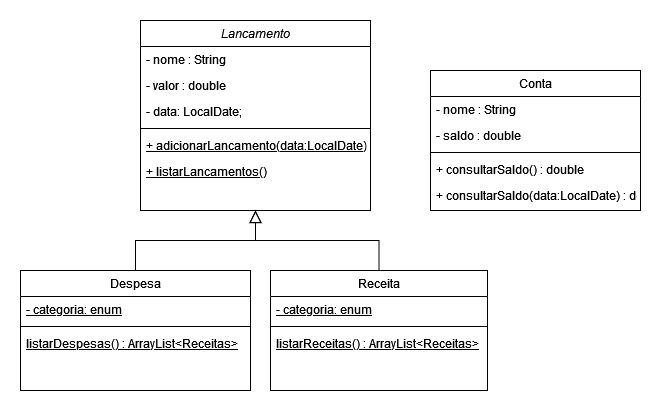
This is .github/diagramaDinDin.drawio.png from iaraoliveira/dindin, a draw.io export, as it was before one commit. Source tidied: cells renumbered, new cells last; positions are measured from the earlier drawing's top-left corner, leaving out a move shared by most shapes.
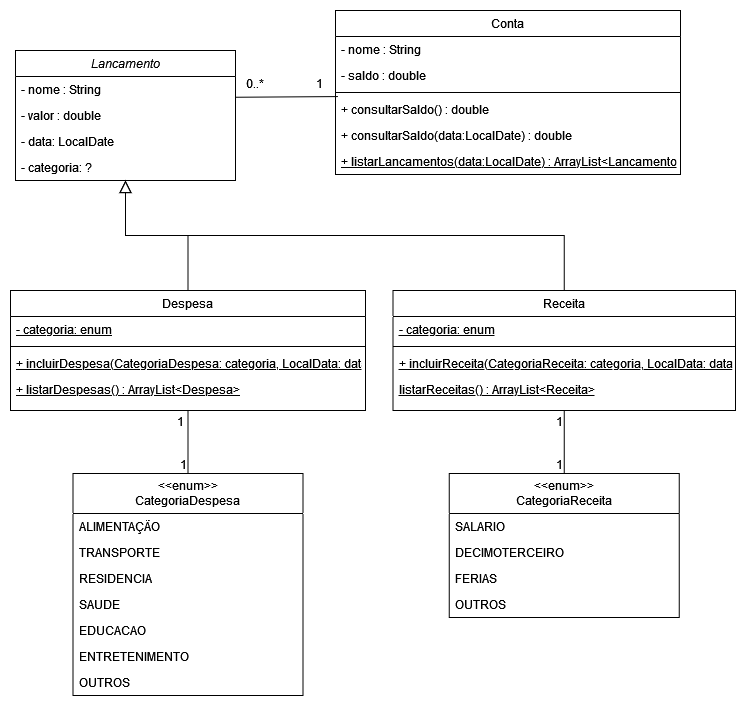
After the commit.

Diff of the diagram source:
```diff
@@ -3,73 +3,144 @@
     <mxCell id="0" />
     <mxCell id="1" parent="0" />
     <mxCell id="2" value="Lancamento" style="swimlane;fontStyle=2;align=center;verticalAlign=top;horizontal=1;startSize=26;rounded=0;shadow=0;strokeWidth=1;" parent="1" vertex="1">
-      <mxGeometry x="120" width="230" height="190" as="geometry" />
+      <mxGeometry x="-50" y="20" width="220" height="130" as="geometry" />
     </mxCell>
     <mxCell id="3" value="- nome : String" style="text;align=left;verticalAlign=top;spacingLeft=4;spacingRight=4;overflow=hidden;points=[[0,0.5],[1,0.5]];portConstraint=eastwest;" parent="2" vertex="1">
-      <mxGeometry y="26" width="230" height="26" as="geometry" />
+      <mxGeometry y="26" width="220" height="26" as="geometry" />
     </mxCell>
     <mxCell id="4" value="- valor : double" style="text;align=left;verticalAlign=top;spacingLeft=4;spacingRight=4;overflow=hidden;rounded=0;shadow=0;html=0;" parent="2" vertex="1">
-      <mxGeometry y="52" width="230" height="26" as="geometry" />
+      <mxGeometry y="52" width="220" height="26" as="geometry" />
     </mxCell>
-    <mxCell id="5" value="- data: LocalDate;" style="text;align=left;verticalAlign=top;spacingLeft=4;spacingRight=4;overflow=hidden;rounded=0;shadow=0;html=0;" parent="2" vertex="1">
-      <mxGeometry y="78" width="230" height="26" as="geometry" />
-    </mxCell>
-    <mxCell id="6" style="line;html=1;strokeWidth=1;align=left;verticalAlign=middle;spacingTop=-1;spacingLeft=3;spacingRight=3;labelPosition=right;" parent="2" vertex="1">
-      <mxGeometry y="104" width="230" height="8" as="geometry" />
-    </mxCell>
-    <mxCell id="7" value="+ adicionarLancamento(data:LocalDate)" style="text;align=left;verticalAlign=top;spacingLeft=4;spacingRight=4;overflow=hidden;fontStyle=4;" parent="2" vertex="1">
-      <mxGeometry y="112" width="230" height="26" as="geometry" />
-    </mxCell>
-    <mxCell id="8" value="+ listarLancamentos()" style="text;align=left;verticalAlign=top;spacingLeft=4;spacingRight=4;overflow=hidden;fontStyle=4;" parent="2" vertex="1">
-      <mxGeometry y="138" width="230" height="26" as="geometry" />
-    </mxCell>
+    <mxCell id="25" value="- data: LocalDate" style="text;align=left;verticalAlign=top;spacingLeft=4;spacingRight=4;overflow=hidden;rounded=0;shadow=0;html=0;" parent="2" vertex="1">
+      <mxGeometry y="78" width="220" height="26" as="geometry" />
+    </mxCell>
+    <mxCell id="26" value="- categoria: ?" style="text;align=left;verticalAlign=top;spacingLeft=4;spacingRight=4;overflow=hidden;rounded=0;shadow=0;html=0;" parent="2" vertex="1">
+      <mxGeometry y="104" width="220" height="26" as="geometry" />
+    </mxCell>
     <mxCell id="9" value="Receita" style="swimlane;fontStyle=0;align=center;verticalAlign=top;horizontal=1;startSize=26;rounded=0;shadow=0;strokeWidth=1;" parent="1" vertex="1">
-      <mxGeometry x="250" y="250" width="217" height="120" as="geometry" />
+      <mxGeometry x="327.5" y="260" width="342.5" height="120" as="geometry" />
     </mxCell>
     <mxCell id="10" value="- categoria: enum" style="text;align=left;verticalAlign=top;spacingLeft=4;spacingRight=4;overflow=hidden;fontStyle=4;" parent="9" vertex="1">
-      <mxGeometry y="26" width="217" height="26" as="geometry" />
+      <mxGeometry y="26" width="342.5" height="26" as="geometry" />
     </mxCell>
     <mxCell id="11" style="line;html=1;strokeWidth=1;align=left;verticalAlign=middle;spacingTop=-1;spacingLeft=3;spacingRight=3;labelPosition=right;" parent="9" vertex="1">
-      <mxGeometry y="52" width="217" height="8" as="geometry" />
+      <mxGeometry y="52" width="342.5" height="8" as="geometry" />
     </mxCell>
-    <mxCell id="12" value="listarReceitas() : ArrayList&lt;Receitas&gt;" style="text;align=left;verticalAlign=top;spacingLeft=4;spacingRight=4;overflow=hidden;fontStyle=4;" parent="9" vertex="1">
-      <mxGeometry y="60" width="217" height="26" as="geometry" />
+    <mxCell id="12" value="+ incluirReceita(CategoriaReceita: categoria, LocalData: data)" style="text;align=left;verticalAlign=top;spacingLeft=4;spacingRight=4;overflow=hidden;fontStyle=4;" parent="9" vertex="1">
+      <mxGeometry y="60" width="342.5" height="26" as="geometry" />
     </mxCell>
+    <mxCell id="27" value="listarReceitas() : ArrayList&lt;Receita&gt;" style="text;align=left;verticalAlign=top;spacingLeft=4;spacingRight=4;overflow=hidden;fontStyle=4;" parent="9" vertex="1">
+      <mxGeometry y="86" width="342.5" height="26" as="geometry" />
+    </mxCell>
     <mxCell id="13" style="endArrow=block;endSize=10;endFill=0;shadow=0;strokeWidth=1;rounded=0;edgeStyle=elbowEdgeStyle;elbow=vertical;" parent="1" edge="1" source="9" target="2">
       <mxGeometry relative="1" as="geometry" />
     </mxCell>
     <mxCell id="14" value="Despesa" style="swimlane;fontStyle=0;align=center;verticalAlign=top;horizontal=1;startSize=26;rounded=0;shadow=0;strokeWidth=1;" parent="1" vertex="1">
-      <mxGeometry y="250" width="230" height="120" as="geometry" />
+      <mxGeometry x="-55" y="260" width="355" height="120" as="geometry" />
     </mxCell>
     <mxCell id="15" value="- categoria: enum" style="text;align=left;verticalAlign=top;spacingLeft=4;spacingRight=4;overflow=hidden;fontStyle=4;" parent="14" vertex="1">
-      <mxGeometry y="26" width="230" height="26" as="geometry" />
+      <mxGeometry y="26" width="355" height="26" as="geometry" />
     </mxCell>
     <mxCell id="16" style="line;html=1;strokeWidth=1;align=left;verticalAlign=middle;spacingTop=-1;spacingLeft=3;spacingRight=3;labelPosition=right;" parent="14" vertex="1">
-      <mxGeometry y="52" width="230" height="8" as="geometry" />
+      <mxGeometry y="52" width="355" height="8" as="geometry" />
     </mxCell>
+    <mxCell id="28" value="+ incluirDespesa(CategoriaDespesa: categoria, LocalData: data)" style="text;align=left;verticalAlign=top;spacingLeft=4;spacingRight=4;overflow=hidden;fontStyle=4;" parent="14" vertex="1">
+      <mxGeometry y="60" width="355" height="26" as="geometry" />
+    </mxCell>
-    <mxCell id="17" value="listarDespesas() : ArrayList&lt;Receitas&gt;" style="text;align=left;verticalAlign=top;spacingLeft=4;spacingRight=4;overflow=hidden;fontStyle=4;" parent="14" vertex="1">
-      <mxGeometry y="60" width="230" height="26" as="geometry" />
+    <mxCell id="17" value="+ listarDespesas() : ArrayList&lt;Despesa&gt;" style="text;align=left;verticalAlign=top;spacingLeft=4;spacingRight=4;overflow=hidden;fontStyle=4;" parent="14" vertex="1">
+      <mxGeometry y="86" width="355" height="26" as="geometry" />
     </mxCell>
     <mxCell id="18" style="endArrow=block;endSize=10;endFill=0;shadow=0;strokeWidth=1;rounded=0;edgeStyle=elbowEdgeStyle;elbow=vertical;" parent="1" edge="1" source="14" target="2">
       <mxGeometry relative="1" as="geometry" />
     </mxCell>
     <mxCell id="19" value="Conta" style="swimlane;fontStyle=0;align=center;verticalAlign=top;horizontal=1;startSize=26;rounded=0;shadow=0;strokeWidth=1;" parent="1" vertex="1">
-      <mxGeometry x="410" y="50" width="210" height="140" as="geometry" />
+      <mxGeometry x="270" y="-20" width="345" height="164" as="geometry" />
     </mxCell>
     <mxCell id="20" value="- nome : String" style="text;align=left;verticalAlign=top;spacingLeft=4;spacingRight=4;overflow=hidden;rounded=0;shadow=0;html=0;" parent="19" vertex="1">
-      <mxGeometry y="26" width="210" height="26" as="geometry" />
+      <mxGeometry y="26" width="345" height="26" as="geometry" />
     </mxCell>
     <mxCell id="21" value="- saldo : double" style="text;align=left;verticalAlign=top;spacingLeft=4;spacingRight=4;overflow=hidden;rounded=0;shadow=0;html=0;" parent="19" vertex="1">
-      <mxGeometry y="52" width="210" height="26" as="geometry" />
+      <mxGeometry y="52" width="345" height="26" as="geometry" />
     </mxCell>
     <mxCell id="22" style="line;html=1;strokeWidth=1;align=left;verticalAlign=middle;spacingTop=-1;spacingLeft=3;spacingRight=3;labelPosition=right;" parent="19" vertex="1">
-      <mxGeometry y="78" width="210" height="8" as="geometry" />
+      <mxGeometry y="78" width="345" height="8" as="geometry" />
     </mxCell>
     <mxCell id="23" value="+ consultarSaldo() : double" style="text;align=left;verticalAlign=top;spacingLeft=4;spacingRight=4;overflow=hidden;points=[[0,0.5],[1,0.5]];portConstraint=eastwest;" parent="19" vertex="1">
-      <mxGeometry y="86" width="210" height="26" as="geometry" />
+      <mxGeometry y="86" width="345" height="26" as="geometry" />
     </mxCell>
     <mxCell id="24" value="+ consultarSaldo(data:LocalDate) : double" style="text;align=left;verticalAlign=top;spacingLeft=4;spacingRight=4;overflow=hidden;" parent="19" vertex="1">
-      <mxGeometry y="112" width="210" height="26" as="geometry" />
+      <mxGeometry y="112" width="345" height="26" as="geometry" />
     </mxCell>
+    <mxCell id="8" value="+ listarLancamentos(data:LocalDate) : ArrayList&lt;Lancamento&gt;" style="text;align=left;verticalAlign=top;spacingLeft=4;spacingRight=4;overflow=hidden;fontStyle=4;" parent="19" vertex="1">
+      <mxGeometry y="138" width="345" height="26" as="geometry" />
+    </mxCell>
+    <mxCell id="29" value="&lt;div&gt;&amp;lt;&amp;lt;enum&amp;gt;&amp;gt;&lt;/div&gt;&lt;div&gt;CategoriaDespesa&lt;br&gt;&lt;/div&gt;" style="swimlane;fontStyle=0;horizontal=1;startSize=40;fillColor=none;whiteSpace=wrap;html=1;" parent="1" vertex="1">
+      <mxGeometry x="7.5" y="443" width="230" height="222" as="geometry" />
+    </mxCell>
+    <mxCell id="30" value="ALIMENTAÇÃO" style="text;strokeColor=none;fillColor=none;align=left;verticalAlign=top;spacingLeft=4;spacingRight=4;overflow=hidden;whiteSpace=wrap;html=1;" parent="29" vertex="1">
+      <mxGeometry y="40" width="230" height="26" as="geometry" />
+    </mxCell>
+    <mxCell id="31" value="TRANSPORTE" style="text;strokeColor=none;fillColor=none;align=left;verticalAlign=top;spacingLeft=4;spacingRight=4;overflow=hidden;whiteSpace=wrap;html=1;" parent="29" vertex="1">
+      <mxGeometry y="66" width="230" height="26" as="geometry" />
+    </mxCell>
+    <mxCell id="32" value="RESIDENCIA" style="text;strokeColor=none;fillColor=none;align=left;verticalAlign=top;spacingLeft=4;spacingRight=4;overflow=hidden;whiteSpace=wrap;html=1;" parent="29" vertex="1">
+      <mxGeometry y="92" width="230" height="26" as="geometry" />
+    </mxCell>
+    <mxCell id="33" value="SAUDE" style="text;strokeColor=none;fillColor=none;align=left;verticalAlign=top;spacingLeft=4;spacingRight=4;overflow=hidden;whiteSpace=wrap;html=1;" parent="29" vertex="1">
+      <mxGeometry y="118" width="230" height="26" as="geometry" />
+    </mxCell>
+    <mxCell id="34" value="EDUCACAO" style="text;strokeColor=none;fillColor=none;align=left;verticalAlign=top;spacingLeft=4;spacingRight=4;overflow=hidden;whiteSpace=wrap;html=1;" parent="29" vertex="1">
+      <mxGeometry y="144" width="230" height="26" as="geometry" />
+    </mxCell>
+    <mxCell id="35" value="ENTRETENIMENTO" style="text;strokeColor=none;fillColor=none;align=left;verticalAlign=top;spacingLeft=4;spacingRight=4;overflow=hidden;whiteSpace=wrap;html=1;" parent="29" vertex="1">
+      <mxGeometry y="170" width="230" height="26" as="geometry" />
+    </mxCell>
+    <mxCell id="36" value="OUTROS" style="text;strokeColor=none;fillColor=none;align=left;verticalAlign=top;spacingLeft=4;spacingRight=4;overflow=hidden;whiteSpace=wrap;html=1;" parent="29" vertex="1">
+      <mxGeometry y="196" width="230" height="26" as="geometry" />
+    </mxCell>
+    <mxCell id="37" value="&lt;div&gt;&amp;lt;&amp;lt;enum&amp;gt;&amp;gt;&lt;/div&gt;&lt;div&gt;CategoriaReceita&lt;br&gt;&lt;/div&gt;" style="swimlane;fontStyle=0;horizontal=1;startSize=40;fillColor=none;whiteSpace=wrap;html=1;" parent="1" vertex="1">
+      <mxGeometry x="383.8" y="443" width="230" height="144" as="geometry" />
+    </mxCell>
+    <mxCell id="38" value="SALARIO" style="text;strokeColor=none;fillColor=none;align=left;verticalAlign=top;spacingLeft=4;spacingRight=4;overflow=hidden;whiteSpace=wrap;html=1;" parent="37" vertex="1">
+      <mxGeometry y="40" width="230" height="26" as="geometry" />
+    </mxCell>
+    <mxCell id="39" value="DECIMOTERCEIRO" style="text;strokeColor=none;fillColor=none;align=left;verticalAlign=top;spacingLeft=4;spacingRight=4;overflow=hidden;whiteSpace=wrap;html=1;" parent="37" vertex="1">
+      <mxGeometry y="66" width="230" height="26" as="geometry" />
+    </mxCell>
+    <mxCell id="40" value="FERIAS" style="text;strokeColor=none;fillColor=none;align=left;verticalAlign=top;spacingLeft=4;spacingRight=4;overflow=hidden;whiteSpace=wrap;html=1;" parent="37" vertex="1">
+      <mxGeometry y="92" width="230" height="26" as="geometry" />
+    </mxCell>
+    <mxCell id="41" value="OUTROS" style="text;strokeColor=none;fillColor=none;align=left;verticalAlign=top;spacingLeft=4;spacingRight=4;overflow=hidden;whiteSpace=wrap;html=1;" parent="37" vertex="1">
+      <mxGeometry y="118" width="230" height="26" as="geometry" />
+    </mxCell>
+    <mxCell id="42" style="endArrow=none;html=1;rounded=0;exitX=0.5;exitY=1;exitDx=0;exitDy=0;entryX=0.5;entryY=0;entryDx=0;entryDy=0;" parent="1" edge="1" source="14" target="29">
+      <mxGeometry relative="1" as="geometry" />
+    </mxCell>
+    <mxCell id="43" value="1" style="html=1;whiteSpace=wrap;align=right;verticalAlign=bottom;" parent="42" vertex="1">
+      <mxGeometry x="1" relative="1" as="geometry" />
+    </mxCell>
+    <mxCell id="44" style="endArrow=none;html=1;rounded=0;entryX=0.5;entryY=0;entryDx=0;entryDy=0;exitX=0.5;exitY=1;exitDx=0;exitDy=0;" parent="1" edge="1" source="9" target="37">
+      <mxGeometry relative="1" as="geometry" />
+    </mxCell>
+    <mxCell id="45" value="1" style="html=1;whiteSpace=wrap;align=right;verticalAlign=bottom;" parent="44" vertex="1">
+      <mxGeometry x="1" relative="1" as="geometry" />
+    </mxCell>
+    <mxCell id="46" value="1" style="html=1;whiteSpace=wrap;align=right;verticalAlign=bottom;" parent="1" vertex="1">
+      <mxGeometry x="120" y="400" as="geometry" />
+    </mxCell>
+    <mxCell id="47" value="1" style="html=1;whiteSpace=wrap;align=right;verticalAlign=bottom;" parent="1" vertex="1">
+      <mxGeometry x="498.8" y="400" as="geometry" />
+    </mxCell>
+    <mxCell id="48" style="endArrow=none;html=1;rounded=0;entryX=0.007;entryY=0.003;entryDx=0;entryDy=0;exitX=1.002;exitY=0.798;exitDx=0;exitDy=0;entryPerimeter=0;exitPerimeter=0;" parent="1" edge="1" source="3" target="23">
+      <mxGeometry relative="1" as="geometry" />
+    </mxCell>
+    <mxCell id="49" value="1" style="html=1;whiteSpace=wrap;align=right;verticalAlign=bottom;" parent="48" vertex="1">
+      <mxGeometry x="1" relative="1" as="geometry">
+        <mxPoint x="-13" y="-4" as="offset" />
+      </mxGeometry>
+    </mxCell>
+    <mxCell id="50" value="0..*" style="html=1;whiteSpace=wrap;align=right;verticalAlign=bottom;" parent="1" vertex="1">
+      <mxGeometry x="200" y="62" as="geometry" />
+    </mxCell>
   </root>
 </mxGraphModel>
```
